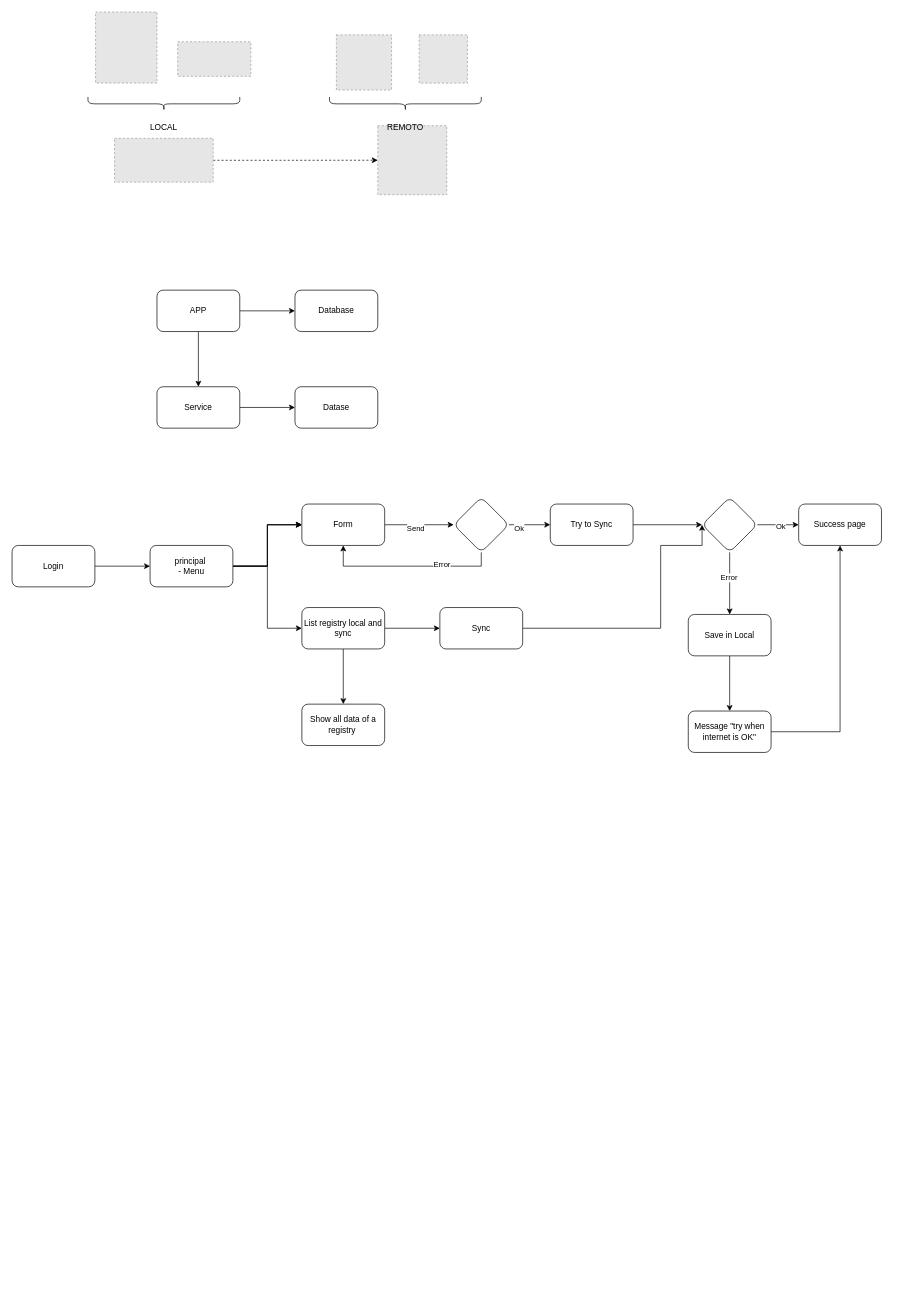
This is draft_solution.drawio from jlvargasy/diagrams, a draw.io file, before an edit. Source tidied: cells renumbered, new cells numbered last; positions are measured from the earlier drawing's top-left corner, leaving out a move shared by most shapes. Both pictures are drawn from the tidied source at 69%, with x=0, y=0 at pixel (12, 12). Pictures stored in the file or linked from it are replaced by grey dashed boxes.
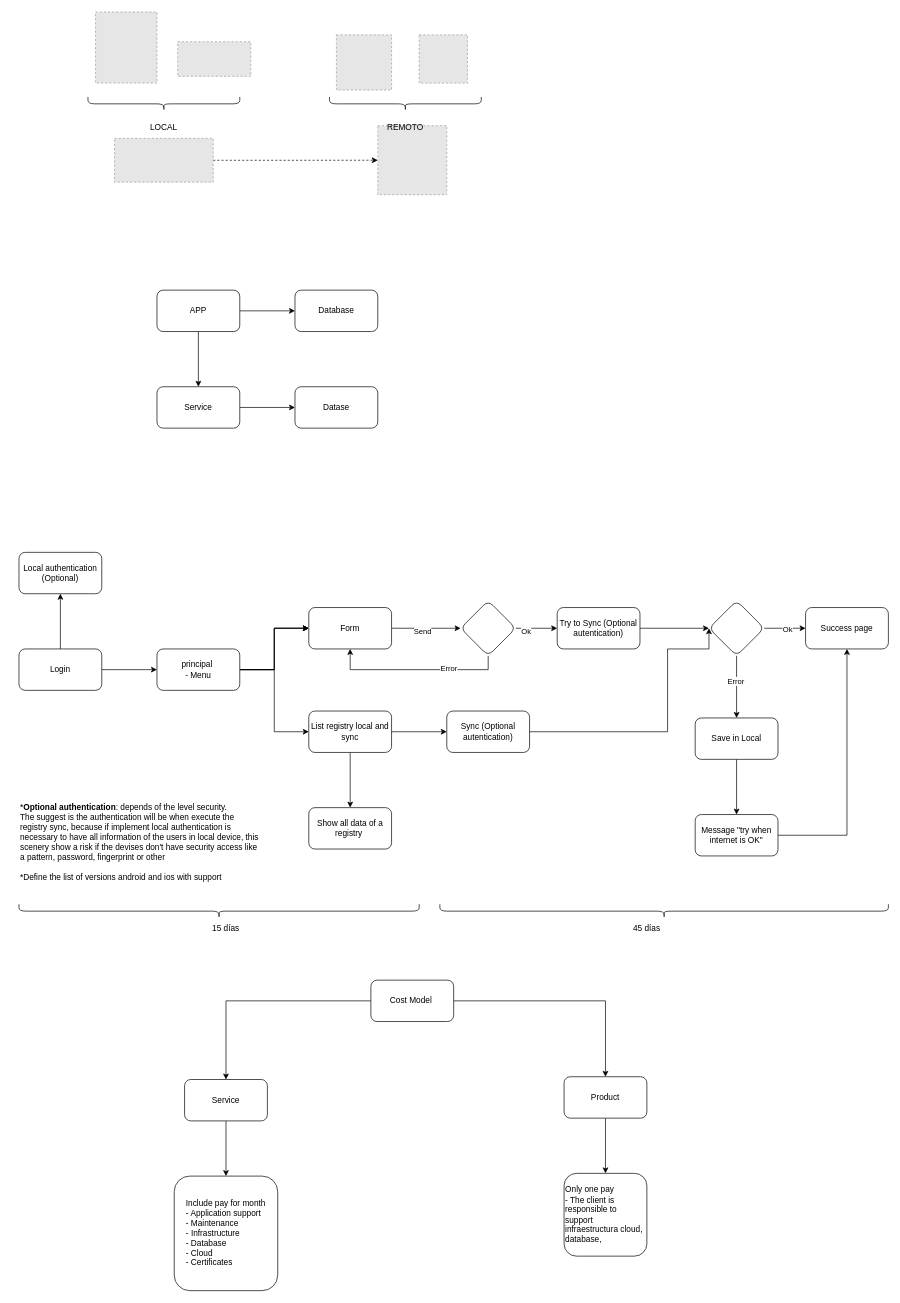
Above is the later version.

What changed in the source:
```diff
@@
+    <mxCell id="53" style="edgeStyle=orthogonalEdgeStyle;rounded=0;jettySize=auto;html=1;" parent="1" edge="1" source="21" target="58">
+      <mxGeometry relative="1" as="geometry" />
+    </mxCell>
     <mxCell id="21" value="Login" style="rounded=1;whiteSpace=wrap;html=1;" parent="1" vertex="1">
-      <mxGeometry y="773" width="120" height="60" as="geometry" />
+      <mxGeometry x="10" y="923" width="120" height="60" as="geometry" />
     </mxCell>
@@
     <mxCell id="25" style="edgeStyle=orthogonalEdgeStyle;rounded=0;jettySize=auto;html=1;exitX=1;exitY=0.5;exitDx=0;exitDy=0;" parent="1" edge="1" source="26" target="47">
       <mxGeometry relative="1" as="geometry">
         <Array as="points">
-          <mxPoint x="370" y="803" />
-          <mxPoint x="370" y="893" />
+          <mxPoint x="380" y="953" />
+          <mxPoint x="380" y="1043" />
         </Array>
       </mxGeometry>
     </mxCell>
     <mxCell id="26" value="principal&amp;nbsp;&lt;br&gt;- Menu" style="whiteSpace=wrap;html=1;rounded=1;" parent="1" vertex="1">
-      <mxGeometry x="200" y="773" width="120" height="60" as="geometry" />
+      <mxGeometry x="210" y="923" width="120" height="60" as="geometry" />
     </mxCell>
@@
     <mxCell id="29" value="Form" style="whiteSpace=wrap;html=1;rounded=1;" parent="1" vertex="1">
-      <mxGeometry x="420" y="713" width="120" height="60" as="geometry" />
+      <mxGeometry x="430" y="863" width="120" height="60" as="geometry" />
     </mxCell>
@@
     <mxCell id="32" style="edgeStyle=orthogonalEdgeStyle;rounded=0;jettySize=auto;html=1;entryX=0.5;entryY=1;entryDx=0;entryDy=0;" parent="1" edge="1" source="34" target="29">
       <mxGeometry relative="1" as="geometry">
         <Array as="points">
-          <mxPoint x="680" y="803" />
-          <mxPoint x="480" y="803" />
+          <mxPoint x="690" y="953" />
+          <mxPoint x="490" y="953" />
         </Array>
       </mxGeometry>
     </mxCell>
@@
     <mxCell id="34" style="rhombus;whiteSpace=wrap;html=1;rounded=1;" parent="1" vertex="1">
-      <mxGeometry x="640" y="703" width="80" height="80" as="geometry" />
+      <mxGeometry x="650" y="853" width="80" height="80" as="geometry" />
     </mxCell>
@@
-    <mxCell id="36" value="Try to Sync" style="whiteSpace=wrap;html=1;rounded=1;" parent="1" vertex="1">
-      <mxGeometry x="780" y="713" width="120" height="60" as="geometry" />
+    <mxCell id="36" value="Try to Sync (Optional autentication)" style="whiteSpace=wrap;html=1;rounded=1;" parent="1" vertex="1">
+      <mxGeometry x="790" y="863" width="120" height="60" as="geometry" />
     </mxCell>
@@
     <mxCell id="41" style="rhombus;whiteSpace=wrap;html=1;rounded=1;" parent="1" vertex="1">
-      <mxGeometry x="1000" y="703" width="80" height="80" as="geometry" />
+      <mxGeometry x="1010" y="853" width="80" height="80" as="geometry" />
     </mxCell>
     <mxCell id="42" value="Success page" style="rounded=1;whiteSpace=wrap;html=1;" parent="1" vertex="1">
-      <mxGeometry x="1140" y="713" width="120" height="60" as="geometry" />
+      <mxGeometry x="1150" y="863" width="120" height="60" as="geometry" />
     </mxCell>
@@
     <mxCell id="44" value="Save in Local" style="whiteSpace=wrap;html=1;rounded=1;" parent="1" vertex="1">
-      <mxGeometry x="980" y="873" width="120" height="60" as="geometry" />
+      <mxGeometry x="990" y="1023" width="120" height="60" as="geometry" />
     </mxCell>
@@
     <mxCell id="47" value="List registry local and sync" style="rounded=1;whiteSpace=wrap;html=1;" parent="1" vertex="1">
-      <mxGeometry x="420" y="863" width="120" height="60" as="geometry" />
+      <mxGeometry x="430" y="1013" width="120" height="60" as="geometry" />
     </mxCell>
     <mxCell id="48" style="edgeStyle=orthogonalEdgeStyle;rounded=0;jettySize=auto;html=1;entryX=0;entryY=0.5;entryDx=0;entryDy=0;" parent="1" edge="1" source="49" target="41">
       <mxGeometry relative="1" as="geometry">
         <Array as="points">
-          <mxPoint x="940" y="893" />
-          <mxPoint x="940" y="773" />
-          <mxPoint x="1000" y="773" />
+          <mxPoint x="950" y="1043" />
+          <mxPoint x="950" y="923" />
+          <mxPoint x="1010" y="923" />
         </Array>
       </mxGeometry>
     </mxCell>
-    <mxCell id="49" value="Sync" style="whiteSpace=wrap;html=1;rounded=1;" parent="1" vertex="1">
-      <mxGeometry x="620" y="863" width="120" height="60" as="geometry" />
+    <mxCell id="49" value="Sync (Optional autentication)" style="whiteSpace=wrap;html=1;rounded=1;" parent="1" vertex="1">
+      <mxGeometry x="630" y="1013" width="120" height="60" as="geometry" />
     </mxCell>
@@
     <mxCell id="51" value="Message &quot;try when internet is OK&quot;" style="whiteSpace=wrap;html=1;rounded=1;" parent="1" vertex="1">
-      <mxGeometry x="980" y="1013" width="120" height="60" as="geometry" />
+      <mxGeometry x="990" y="1163" width="120" height="60" as="geometry" />
     </mxCell>
     <mxCell id="52" value="Show all data of a registry&amp;nbsp;" style="whiteSpace=wrap;html=1;rounded=1;" parent="1" vertex="1">
-      <mxGeometry x="420" y="1003" width="120" height="60" as="geometry" />
+      <mxGeometry x="430" y="1153" width="120" height="60" as="geometry" />
     </mxCell>
+    <mxCell id="54" style="shape=curlyBracket;whiteSpace=wrap;html=1;rounded=1;labelPosition=left;verticalLabelPosition=middle;align=right;verticalAlign=middle;rotation=-90;" parent="1" vertex="1">
+      <mxGeometry x="290" y="1013" width="20" height="580" as="geometry" />
+    </mxCell>
+    <mxCell id="55" value="15 días" style="text;html=1;strokeColor=none;fillColor=none;align=center;verticalAlign=middle;whiteSpace=wrap;rounded=0;" parent="1" vertex="1">
+      <mxGeometry x="280" y="1313" width="60" height="30" as="geometry" />
+    </mxCell>
+    <mxCell id="56" style="shape=curlyBracket;whiteSpace=wrap;html=1;rounded=1;labelPosition=left;verticalLabelPosition=middle;align=right;verticalAlign=middle;rotation=-90;" parent="1" vertex="1">
+      <mxGeometry x="935" y="978" width="20" height="650" as="geometry" />
+    </mxCell>
+    <mxCell id="57" value="45 días" style="text;html=1;strokeColor=none;fillColor=none;align=center;verticalAlign=middle;whiteSpace=wrap;rounded=0;" parent="1" vertex="1">
+      <mxGeometry x="890" y="1313" width="60" height="30" as="geometry" />
+    </mxCell>
+    <mxCell id="58" value="Local authentication (Optional)" style="whiteSpace=wrap;html=1;rounded=1;" parent="1" vertex="1">
+      <mxGeometry x="10" y="783" width="120" height="60" as="geometry" />
+    </mxCell>
+    <mxCell id="59" value="*&lt;b&gt;Optional authentication&lt;/b&gt;: depends of the level security.&lt;br&gt;The suggest is the authentication will be when execute the registry sync, because if implement local authentication is necessary to have all information of the users in local device, this scenery show a risk if the devises don't have security access&amp;nbsp;like a pattern, password, fingerprint or other&lt;br&gt;&lt;br&gt;*Define the list of versions android and ios with support" style="text;html=1;strokeColor=none;fillColor=none;align=left;verticalAlign=middle;whiteSpace=wrap;rounded=0;" parent="1" vertex="1">
+      <mxGeometry x="10" y="1133" width="350" height="140" as="geometry" />
+    </mxCell>
+    <mxCell id="60" style="edgeStyle=orthogonalEdgeStyle;rounded=0;jettySize=auto;html=1;" parent="1" edge="1" source="62" target="64">
+      <mxGeometry relative="1" as="geometry" />
+    </mxCell>
+    <mxCell id="61" style="edgeStyle=orthogonalEdgeStyle;rounded=0;jettySize=auto;html=1;" parent="1" edge="1" source="62" target="66">
+      <mxGeometry relative="1" as="geometry" />
+    </mxCell>
+    <mxCell id="62" value="Cost Model&amp;nbsp;" style="rounded=1;whiteSpace=wrap;html=1;" parent="1" vertex="1">
+      <mxGeometry x="520" y="1403" width="120" height="60" as="geometry" />
+    </mxCell>
+    <mxCell id="63" style="edgeStyle=orthogonalEdgeStyle;rounded=0;jettySize=auto;html=1;" parent="1" edge="1" source="64" target="67">
+      <mxGeometry relative="1" as="geometry" />
+    </mxCell>
+    <mxCell id="64" value="Service" style="whiteSpace=wrap;html=1;rounded=1;" parent="1" vertex="1">
+      <mxGeometry x="250" y="1547" width="120" height="60" as="geometry" />
+    </mxCell>
+    <mxCell id="65" style="edgeStyle=orthogonalEdgeStyle;rounded=0;jettySize=auto;html=1;" parent="1" edge="1" source="66" target="68">
+      <mxGeometry relative="1" as="geometry" />
+    </mxCell>
+    <mxCell id="66" value="Product" style="whiteSpace=wrap;html=1;rounded=1;" parent="1" vertex="1">
+      <mxGeometry x="800" y="1543" width="120" height="60" as="geometry" />
+    </mxCell>
+    <mxCell id="67" value="&lt;div style=&quot;text-align: justify;&quot;&gt;&lt;span style=&quot;background-color: initial;&quot;&gt;Include pay for month&lt;/span&gt;&lt;/div&gt;&lt;div style=&quot;text-align: justify;&quot;&gt;&lt;span style=&quot;background-color: initial;&quot;&gt;- Application support&lt;/span&gt;&lt;/div&gt;&lt;div style=&quot;text-align: justify;&quot;&gt;&lt;span style=&quot;background-color: initial;&quot;&gt;- Maintenance&lt;/span&gt;&lt;/div&gt;&lt;div style=&quot;text-align: justify;&quot;&gt;&lt;span style=&quot;background-color: initial;&quot;&gt;-&amp;nbsp;&lt;/span&gt;&lt;span style=&quot;background-color: initial;&quot;&gt;Infrastructure&lt;/span&gt;&lt;/div&gt;&lt;div style=&quot;text-align: justify;&quot;&gt;&lt;span style=&quot;background-color: initial;&quot;&gt;- Database&lt;/span&gt;&lt;/div&gt;&lt;div style=&quot;text-align: justify;&quot;&gt;- Cloud&lt;/div&gt;&lt;div style=&quot;text-align: justify;&quot;&gt;- Certificates&lt;/div&gt;&lt;div style=&quot;text-align: justify;&quot;&gt;&lt;/div&gt;" style="whiteSpace=wrap;html=1;rounded=1;" parent="1" vertex="1">
+      <mxGeometry x="235" y="1687" width="150" height="166" as="geometry" />
+    </mxCell>
+    <mxCell id="68" value="Only one pay&lt;br&gt;- The client is responsible to support infraestructura cloud, database,&amp;nbsp;" style="whiteSpace=wrap;html=1;rounded=1;align=left;" parent="1" vertex="1">
+      <mxGeometry x="800" y="1683" width="120" height="120" as="geometry" />
+    </mxCell>
```
